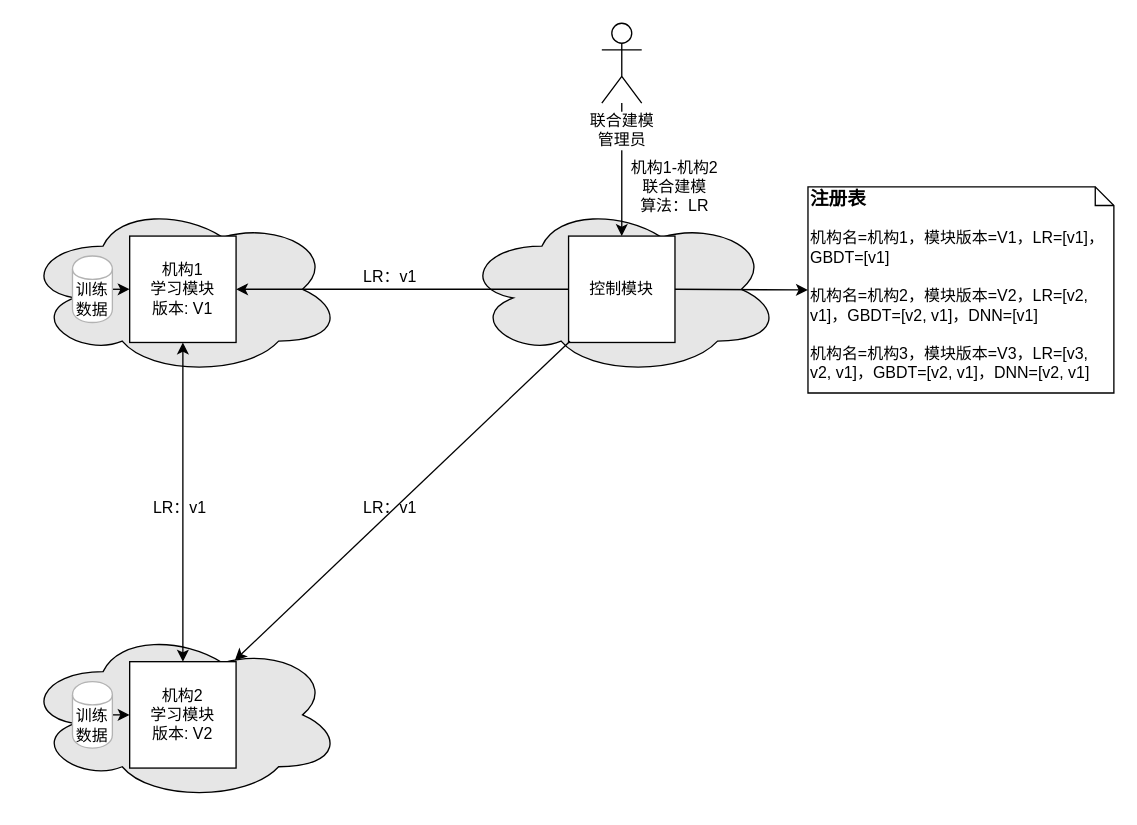
This is page "第 8 页" (8 of 12) of 分享.drawio from chlq1128/Mycode, a draw.io file, before an edit. Source tidied: cells renumbered, new cells numbered last; positions are measured from the earlier drawing's top-left corner, leaving out a move shared by most shapes. Both pictures are drawn from the tidied source at 133%, with x=0, y=0 at pixel (23, 23).
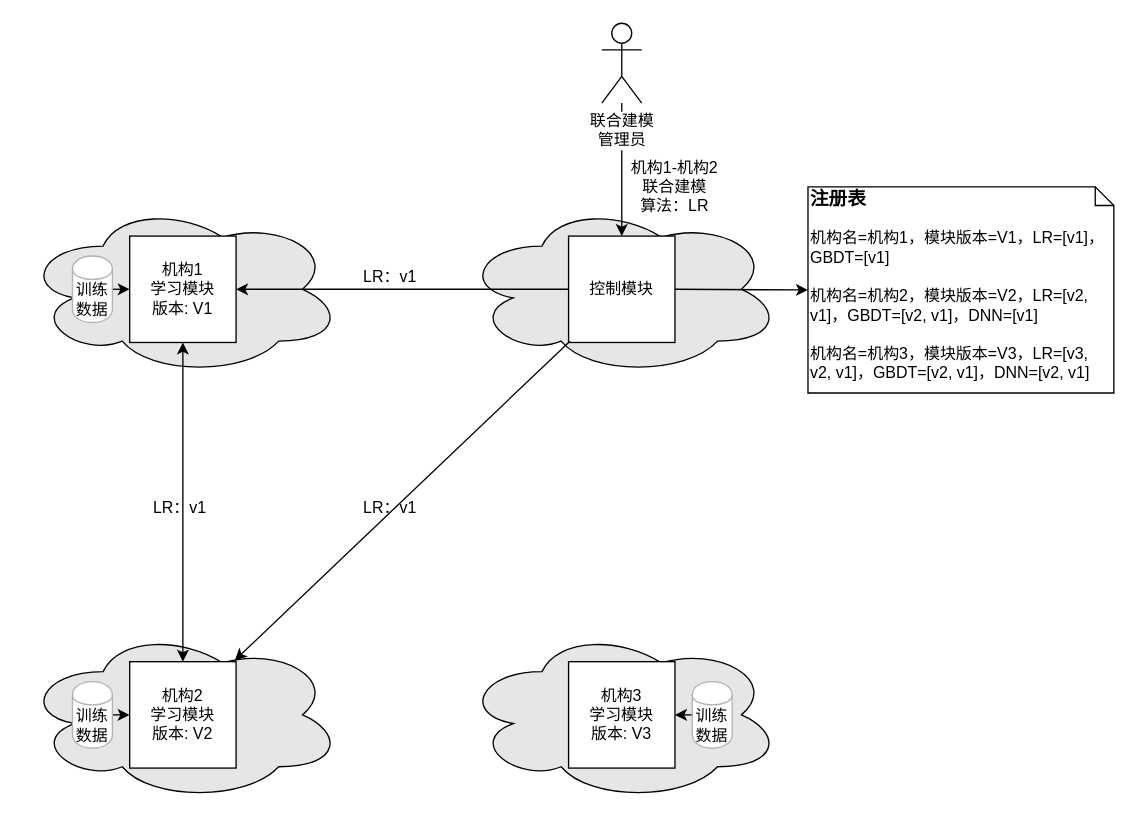
After the change.

The edit, as a diff of the source:
```diff
@@
+    <mxCell id="23" style="ellipse;shape=cloud;whiteSpace=wrap;html=1;fillColor=#E6E6E6;" parent="1" vertex="1">
+      <mxGeometry x="330" y="455" width="240" height="130" as="geometry" />
+    </mxCell>
+    <mxCell id="24" value="机构3&lt;br&gt;学习模块&lt;br&gt;版本: V3" style="whiteSpace=wrap;html=1;" parent="1" vertex="1">
+      <mxGeometry x="410" y="480" width="80" height="80" as="geometry" />
+    </mxCell>
+    <mxCell id="25" style="edgeStyle=orthogonalEdgeStyle;rounded=0;jettySize=auto;html=1;exitX=0;exitY=0.5;exitDx=0;exitDy=0;entryX=1;entryY=0.5;entryDx=0;entryDy=0;" parent="1" edge="1" source="26" target="24">
+      <mxGeometry relative="1" as="geometry" />
+    </mxCell>
+    <mxCell id="26" value="训练数据" style="shape=cylinder;whiteSpace=wrap;html=1;boundedLbl=1;backgroundOutline=1;strokeColor=#B3B3B3;fillColor=#FFFFFF;" parent="1" vertex="1">
+      <mxGeometry x="503" y="495" width="30" height="50" as="geometry" />
+    </mxCell>
```
